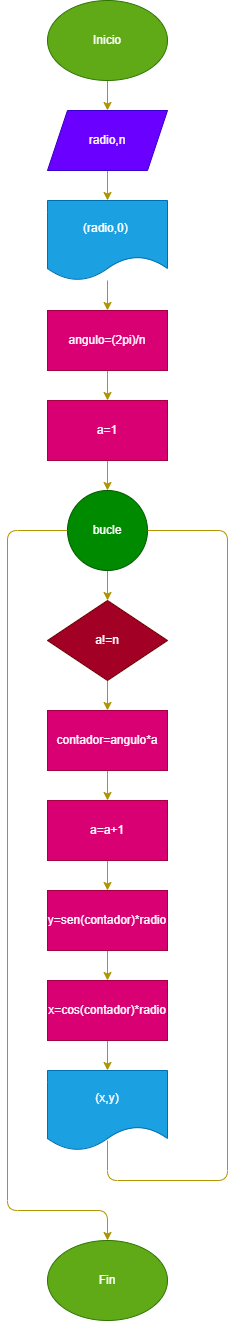
Before: Diagrama.png, a diagram exported from draw.io (cristian007369/coordenadas_circuferencia_radioX_2.0). Source tidied: cells renumbered, new cells last; positions are measured from the earlier drawing's top-left corner, leaving out a move shared by most shapes.
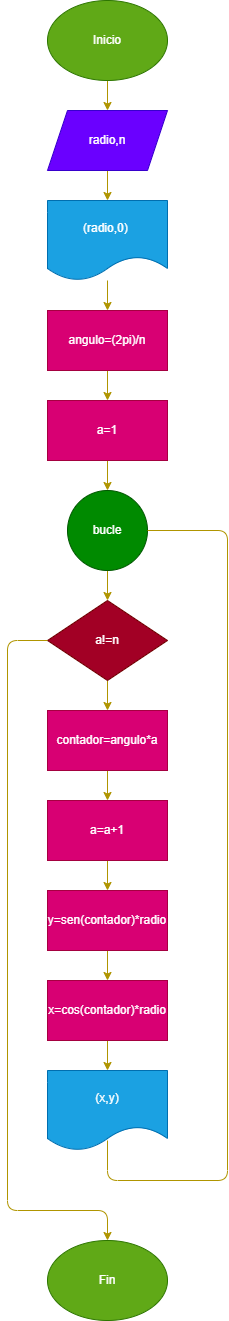
The same diagram one commit later.

Commit message:
Enfermedades mucosas

The edit, as a diff of the source:
```diff
@@ -81,11 +81,11 @@
         </Array>
       </mxGeometry>
     </mxCell>
-    <mxCell id="26" style="endArrow=classic;html=1;exitX=0;exitY=0.5;exitDx=0;exitDy=0;fillColor=#e3c800;strokeColor=#B09500;entryX=0.5;entryY=0;entryDx=0;entryDy=0;" parent="1" edge="1" source="11">
+    <mxCell id="26" style="endArrow=classic;html=1;exitX=0;exitY=0.5;exitDx=0;exitDy=0;fillColor=#e3c800;strokeColor=#B09500;entryX=0.5;entryY=0;entryDx=0;entryDy=0;" parent="1" edge="1" source="15">
       <mxGeometry relative="1" as="geometry">
         <mxPoint x="100" y="1240" as="targetPoint" />
         <Array as="points">
-          <mxPoint y="530" />
+          <mxPoint y="640" />
           <mxPoint y="1210" />
           <mxPoint x="100" y="1210" />
         </Array>
```
